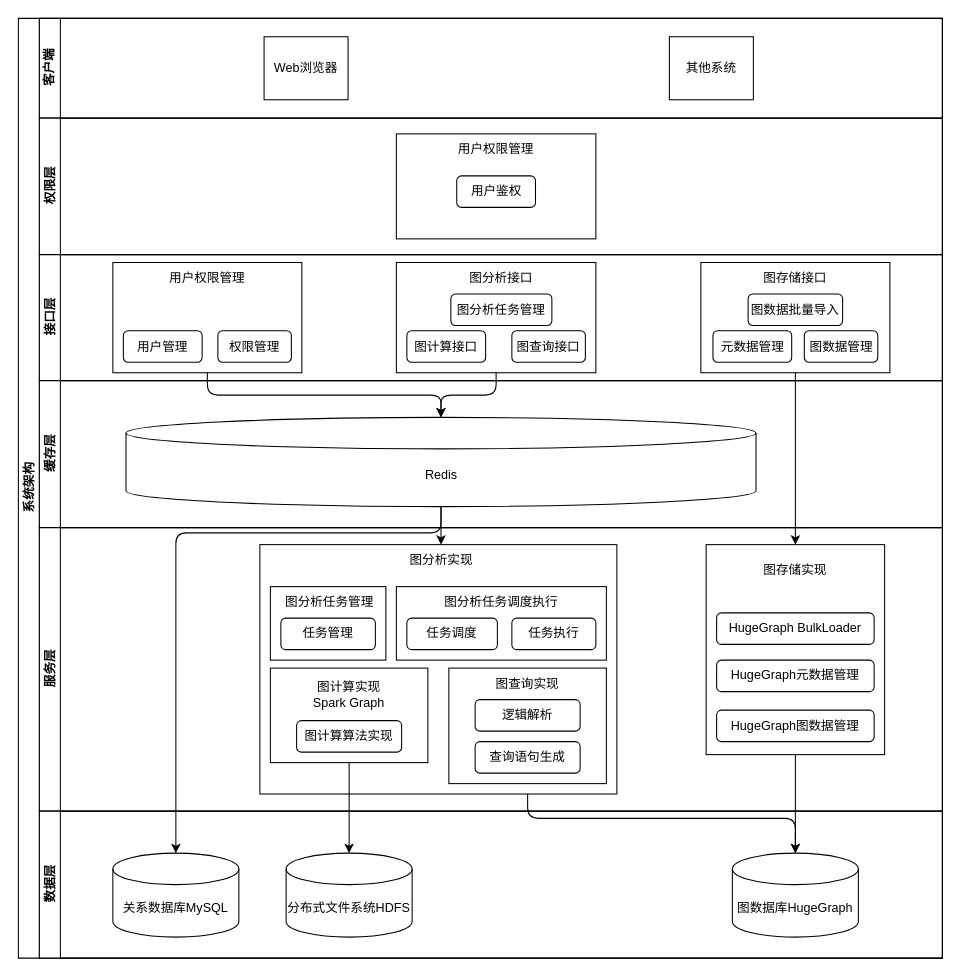
The draw.io diagram 论文架构图.drawio in Missnaughty/drawio, before the edit. Source tidied: cells renumbered, new cells numbered last; positions are measured from the earlier drawing's top-left corner, leaving out a move shared by most shapes. Both pictures are drawn from the tidied source at 105%, with x=0, y=0 at pixel (18, 18).
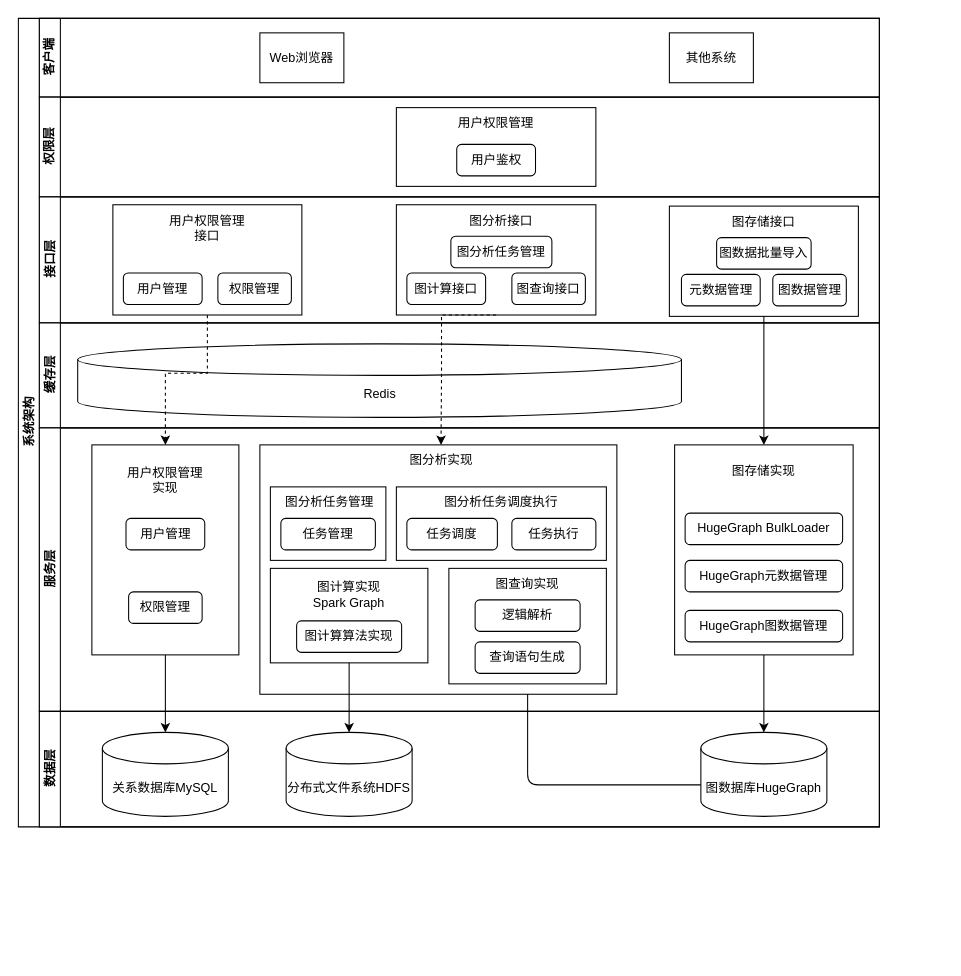
The same page after the edit.

Commit message:
更新论文架构图.drawio

Unchanged cells that the change refers to:
```xml
<mxCell id="12" style="rounded=0;whiteSpace=wrap;html=1;fontFamily=Helvetica;fontSize=12;fontColor=#000000;align=center;" parent="10" vertex="1">
  <mxGeometry x="340" y="7.5" width="190" height="105" as="geometry" />
</mxCell>
<mxCell id="19" style="rounded=0;whiteSpace=wrap;html=1;fontFamily=Helvetica;fontSize=12;fontColor=#000000;align=center;" parent="10" vertex="1">
  <mxGeometry x="70" y="7.5" width="180" height="105" as="geometry" />
</mxCell>
<mxCell id="33" style="rounded=0;whiteSpace=wrap;html=1;fontFamily=Helvetica;fontSize=12;fontColor=#000000;align=center;" parent="28" vertex="1">
  <mxGeometry x="390" y="133.8" width="150" height="110" as="geometry" />
</mxCell>
<mxCell id="41" value="图分析实现" style="text;html=1;strokeColor=none;fillColor=none;align=center;verticalAlign=middle;whiteSpace=wrap;rounded=0;" parent="28" vertex="1">
  <mxGeometry x="342.5" y="16.2" width="80" height="30" as="geometry" />
</mxCell>
```

The edit, as a diff of the source:
```diff
@@
     <mxCell id="2" value="系统架构" style="swimlane;html=1;horizontal=0;startSize=20;" parent="1" vertex="1">
-      <mxGeometry width="880" height="895" as="geometry" />
+      <mxGeometry width="820" height="770" as="geometry" />
     </mxCell>
     <mxCell id="3" value="客户端" style="swimlane;html=1;startSize=20;horizontal=0;" parent="2" vertex="1">
-      <mxGeometry x="20" width="860" height="95" as="geometry" />
+      <mxGeometry x="20" width="800" height="75" as="geometry" />
     </mxCell>
     <mxCell id="4" value="Web浏览器" style="rounded=0;whiteSpace=wrap;html=1;fontFamily=Helvetica;fontSize=12;fontColor=#000000;align=center;" parent="3" vertex="1">
-      <mxGeometry x="214" y="17.5" width="80" height="60" as="geometry" />
+      <mxGeometry x="210" y="13.8" width="80" height="47.5" as="geometry" />
     </mxCell>
     <mxCell id="5" value="其他系统" style="rounded=0;whiteSpace=wrap;html=1;fontFamily=Helvetica;fontSize=12;fontColor=#000000;align=center;" parent="3" vertex="1">
-      <mxGeometry x="600" y="17.5" width="80" height="60" as="geometry" />
+      <mxGeometry x="600" y="13.8" width="80" height="47.5" as="geometry" />
     </mxCell>
     <mxCell id="6" value="权限层" style="swimlane;html=1;startSize=20;horizontal=0;" parent="2" vertex="1">
-      <mxGeometry x="20" y="95" width="860" height="130" as="geometry" />
+      <mxGeometry x="20" y="75" width="800" height="95" as="geometry" />
     </mxCell>
     <mxCell id="7" style="rounded=0;whiteSpace=wrap;html=1;fontFamily=Helvetica;fontSize=12;fontColor=#000000;align=center;" parent="6" vertex="1">
-      <mxGeometry x="340" y="15" width="190" height="100" as="geometry" />
+      <mxGeometry x="340" y="10" width="190" height="75" as="geometry" />
     </mxCell>
     <mxCell id="8" value="用户权限管理" style="text;html=1;strokeColor=none;fillColor=none;align=center;verticalAlign=middle;whiteSpace=wrap;rounded=0;" parent="6" vertex="1">
-      <mxGeometry x="370" y="15" width="130" height="30" as="geometry" />
+      <mxGeometry x="370" y="10" width="130" height="30" as="geometry" />
     </mxCell>
     <mxCell id="9" value="用户鉴权" style="rounded=1;whiteSpace=wrap;html=1;" parent="6" vertex="1">
-      <mxGeometry x="397.5" y="55" width="75" height="30" as="geometry" />
+      <mxGeometry x="397.5" y="45" width="75" height="30" as="geometry" />
     </mxCell>
     <mxCell id="10" value="接口层" style="swimlane;html=1;startSize=20;horizontal=0;" parent="2" vertex="1">
-      <mxGeometry x="20" y="225" width="860" height="120" as="geometry" />
+      <mxGeometry x="20" y="170" width="800" height="120" as="geometry" />
     </mxCell>
     <mxCell id="11" style="rounded=0;whiteSpace=wrap;html=1;fontFamily=Helvetica;fontSize=12;fontColor=#000000;align=center;" parent="10" vertex="1">
-      <mxGeometry x="630" y="7.5" width="180" height="105" as="geometry" />
+      <mxGeometry x="600" y="8.8" width="180" height="105" as="geometry" />
     </mxCell>
@@
     <mxCell id="16" value="图存储接口" style="text;html=1;strokeColor=none;fillColor=none;align=center;verticalAlign=middle;whiteSpace=wrap;rounded=0;" parent="10" vertex="1">
-      <mxGeometry x="680" y="7.5" width="80" height="30" as="geometry" />
+      <mxGeometry x="650" y="6.2" width="80" height="35" as="geometry" />
     </mxCell>
     <mxCell id="17" value="元数据管理" style="rounded=1;whiteSpace=wrap;html=1;" parent="10" vertex="1">
-      <mxGeometry x="641.5" y="72.5" width="75" height="30" as="geometry" />
+      <mxGeometry x="611.5" y="73.8" width="75" height="30" as="geometry" />
     </mxCell>
     <mxCell id="18" value="图数据管理" style="rounded=1;whiteSpace=wrap;html=1;" parent="10" vertex="1">
-      <mxGeometry x="728.5" y="72.5" width="70" height="30" as="geometry" />
+      <mxGeometry x="698.5" y="73.8" width="70" height="30" as="geometry" />
     </mxCell>
@@
-    <mxCell id="20" value="用户权限管理" style="text;html=1;strokeColor=none;fillColor=none;align=center;verticalAlign=middle;whiteSpace=wrap;rounded=0;" parent="10" vertex="1">
-      <mxGeometry x="120" y="7.5" width="80" height="30" as="geometry" />
+    <mxCell id="20" value="用户权限管理接口" style="text;html=1;strokeColor=none;fillColor=none;align=center;verticalAlign=middle;whiteSpace=wrap;rounded=0;" parent="10" vertex="1">
+      <mxGeometry x="120" y="15" width="80" height="30" as="geometry" />
     </mxCell>
@@
     <mxCell id="23" value="图数据批量导入" style="rounded=1;whiteSpace=wrap;html=1;" parent="10" vertex="1">
-      <mxGeometry x="675" y="37.5" width="90" height="30" as="geometry" />
+      <mxGeometry x="645" y="38.8" width="90" height="30" as="geometry" />
     </mxCell>
@@
     <mxCell id="25" value="缓存层" style="swimlane;html=1;startSize=20;horizontal=0;" parent="2" vertex="1">
-      <mxGeometry x="20" y="345" width="860" height="140" as="geometry" />
+      <mxGeometry x="20" y="290" width="800" height="100" as="geometry" />
     </mxCell>
     <mxCell id="26" value="Redis" style="shape=cylinder3;whiteSpace=wrap;html=1;boundedLbl=1;backgroundOutline=1;size=15;" parent="25" vertex="1">
-      <mxGeometry x="82.5" y="35" width="600" height="85" as="geometry" />
+      <mxGeometry x="36.5" y="20" width="575" height="70" as="geometry" />
     </mxCell>
     <mxCell id="27" style="edgeStyle=orthogonalEdgeStyle;rounded=1;jettySize=auto;html=1;exitX=0.5;exitY=1;exitDx=0;exitDy=0;entryX=0.5;entryY=0;entryDx=0;entryDy=0;entryPerimeter=0;curved=0;" parent="2" edge="1" source="33" target="54">
-      <mxGeometry relative="1" as="geometry" />
+      <mxGeometry relative="1" as="geometry">
+        <Array as="points">
+          <mxPoint x="485" y="730" />
+          <mxPoint x="710" y="730" />
+        </Array>
+      </mxGeometry>
     </mxCell>
     <mxCell id="28" value="服务层" style="swimlane;html=1;startSize=20;horizontal=0;" parent="2" vertex="1">
-      <mxGeometry x="20" y="485" width="860" height="270" as="geometry" />
+      <mxGeometry x="20" y="390" width="800" height="270" as="geometry" />
     </mxCell>
@@
     <mxCell id="42" style="rounded=0;whiteSpace=wrap;html=1;fontFamily=Helvetica;fontSize=12;fontColor=#000000;align=center;" parent="28" vertex="1">
-      <mxGeometry x="635" y="16.2" width="170" height="200" as="geometry" />
+      <mxGeometry x="605" y="16.2" width="170" height="200" as="geometry" />
     </mxCell>
     <mxCell id="43" value="图存储实现" style="text;html=1;strokeColor=none;fillColor=none;align=center;verticalAlign=middle;whiteSpace=wrap;rounded=0;" parent="28" vertex="1">
-      <mxGeometry x="680" y="26.2" width="80" height="30" as="geometry" />
+      <mxGeometry x="650" y="26.2" width="80" height="30" as="geometry" />
     </mxCell>
     <mxCell id="44" value="HugeGraph&amp;nbsp;BulkLoader" style="rounded=1;whiteSpace=wrap;html=1;" parent="28" vertex="1">
-      <mxGeometry x="645" y="81.2" width="150" height="30" as="geometry" />
+      <mxGeometry x="615" y="81.2" width="150" height="30" as="geometry" />
     </mxCell>
     <mxCell id="45" value="HugeGraph图数据管理" style="rounded=1;whiteSpace=wrap;html=1;" parent="28" vertex="1">
-      <mxGeometry x="645" y="173.8" width="150" height="30" as="geometry" />
+      <mxGeometry x="615" y="173.8" width="150" height="30" as="geometry" />
     </mxCell>
     <mxCell id="46" value="HugeGraph元数据管理" style="rounded=1;whiteSpace=wrap;html=1;" parent="28" vertex="1">
-      <mxGeometry x="645" y="126.2" width="150" height="30" as="geometry" />
+      <mxGeometry x="615" y="126.2" width="150" height="30" as="geometry" />
     </mxCell>
@@
+    <mxCell id="61" style="rounded=0;whiteSpace=wrap;html=1;fontFamily=Helvetica;fontSize=12;fontColor=#000000;align=center;" parent="28" vertex="1">
+      <mxGeometry x="50" y="16.2" width="140" height="200" as="geometry" />
+    </mxCell>
+    <mxCell id="62" value="用户权限管理实现" style="text;html=1;strokeColor=none;fillColor=none;align=center;verticalAlign=middle;whiteSpace=wrap;rounded=0;" parent="28" vertex="1">
+      <mxGeometry x="80" y="35" width="80" height="30" as="geometry" />
+    </mxCell>
+    <mxCell id="63" value="用户管理" style="rounded=1;whiteSpace=wrap;html=1;" parent="28" vertex="1">
+      <mxGeometry x="82.5" y="86.2" width="75" height="30" as="geometry" />
+    </mxCell>
+    <mxCell id="64" value="权限管理" style="rounded=1;whiteSpace=wrap;html=1;" parent="28" vertex="1">
+      <mxGeometry x="85" y="156.2" width="70" height="30" as="geometry" />
+    </mxCell>
@@
+    <mxCell id="65" style="edgeStyle=orthogonalEdgeStyle;rounded=0;jettySize=auto;html=1;exitX=0.5;exitY=1;exitDx=0;exitDy=0;dashed=1;" parent="2" edge="1" source="19" target="61">
+      <mxGeometry relative="1" as="geometry">
+        <Array as="points">
+          <mxPoint x="140" y="338" />
+        </Array>
+      </mxGeometry>
+    </mxCell>
+    <mxCell id="66" style="edgeStyle=orthogonalEdgeStyle;rounded=0;jettySize=auto;html=1;exitX=0.5;exitY=1;exitDx=0;exitDy=0;entryX=0.5;entryY=0;entryDx=0;entryDy=0;dashed=1;" parent="2" edge="1" source="12" target="41">
+      <mxGeometry relative="1" as="geometry">
+        <Array as="points">
+          <mxPoint x="403" y="338" />
+          <mxPoint x="403" y="410" />
+        </Array>
+      </mxGeometry>
+    </mxCell>
+    <mxCell id="67" style="edgeStyle=orthogonalEdgeStyle;rounded=0;jettySize=auto;html=1;exitX=0.5;exitY=1;exitDx=0;exitDy=0;entryX=0.5;entryY=0;entryDx=0;entryDy=0;entryPerimeter=0;" parent="2" edge="1" source="61" target="55">
+      <mxGeometry relative="1" as="geometry" />
+    </mxCell>
     <mxCell id="53" value="数据层" style="swimlane;html=1;startSize=20;horizontal=0;" parent="2" vertex="1">
-      <mxGeometry x="20" y="755" width="860" height="140" as="geometry" />
+      <mxGeometry x="20" y="660" width="800" height="110" as="geometry" />
     </mxCell>
     <mxCell id="54" value="图数据库HugeGraph" style="shape=cylinder3;whiteSpace=wrap;html=1;boundedLbl=1;backgroundOutline=1;size=15;" parent="53" vertex="1">
-      <mxGeometry x="660" y="40" width="120" height="80" as="geometry" />
+      <mxGeometry x="630" y="20" width="120" height="80" as="geometry" />
     </mxCell>
     <mxCell id="55" value="关系数据库MySQL" style="shape=cylinder3;whiteSpace=wrap;html=1;boundedLbl=1;backgroundOutline=1;size=15;" parent="53" vertex="1">
-      <mxGeometry x="70" y="40" width="120" height="80" as="geometry" />
+      <mxGeometry x="60" y="20" width="120" height="80" as="geometry" />
     </mxCell>
     <mxCell id="56" value="分布式文件系统HDFS" style="shape=cylinder3;whiteSpace=wrap;html=1;boundedLbl=1;backgroundOutline=1;size=15;" parent="53" vertex="1">
-      <mxGeometry x="235" y="40" width="120" height="80" as="geometry" />
+      <mxGeometry x="235" y="20" width="120" height="80" as="geometry" />
     </mxCell>
-    <mxCell id="57" style="edgeStyle=orthogonalEdgeStyle;rounded=1;jettySize=auto;html=1;exitX=0.5;exitY=1;exitDx=0;exitDy=0;entryX=0.5;entryY=0;entryDx=0;entryDy=0;entryPerimeter=0;curved=0;" parent="2" edge="1" source="12" target="26">
-      <mxGeometry relative="1" as="geometry" />
-    </mxCell>
-    <mxCell id="58" style="edgeStyle=orthogonalEdgeStyle;rounded=1;jettySize=auto;html=1;exitX=0.5;exitY=1;exitDx=0;exitDy=0;entryX=0.5;entryY=0;entryDx=0;entryDy=0;entryPerimeter=0;curved=0;" parent="2" edge="1" source="19" target="26">
-      <mxGeometry relative="1" as="geometry" />
-    </mxCell>
-    <mxCell id="59" style="edgeStyle=orthogonalEdgeStyle;rounded=0;jettySize=auto;html=1;exitX=0.5;exitY=1;exitDx=0;exitDy=0;exitPerimeter=0;entryX=0.5;entryY=0;entryDx=0;entryDy=0;" parent="2" edge="1" source="26" target="41">
-      <mxGeometry relative="1" as="geometry" />
-    </mxCell>
-    <mxCell id="60" style="edgeStyle=orthogonalEdgeStyle;rounded=1;jettySize=auto;html=1;exitX=0.5;exitY=1;exitDx=0;exitDy=0;exitPerimeter=0;entryX=0.5;entryY=0;entryDx=0;entryDy=0;entryPerimeter=0;curved=0;" parent="2" edge="1" source="26" target="55">
-      <mxGeometry relative="1" as="geometry">
-        <Array as="points">
-          <mxPoint x="403" y="490" />
-          <mxPoint x="150" y="490" />
-        </Array>
-      </mxGeometry>
-    </mxCell>
```
